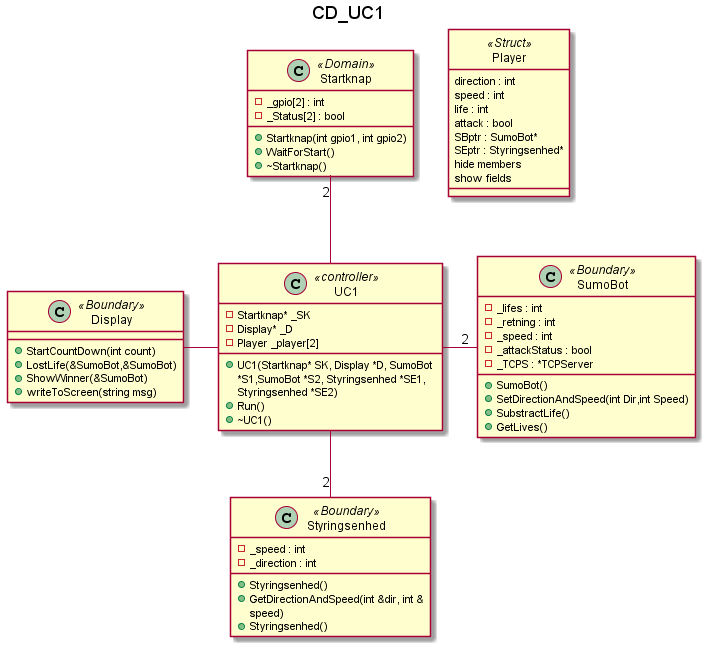
Earlier version of the PlantUML export Diagrammer/CentralComputer/ClassDiagram/ClassDiagram/CD_UC1.png (Solvgraa-mager/E3PRJ3).
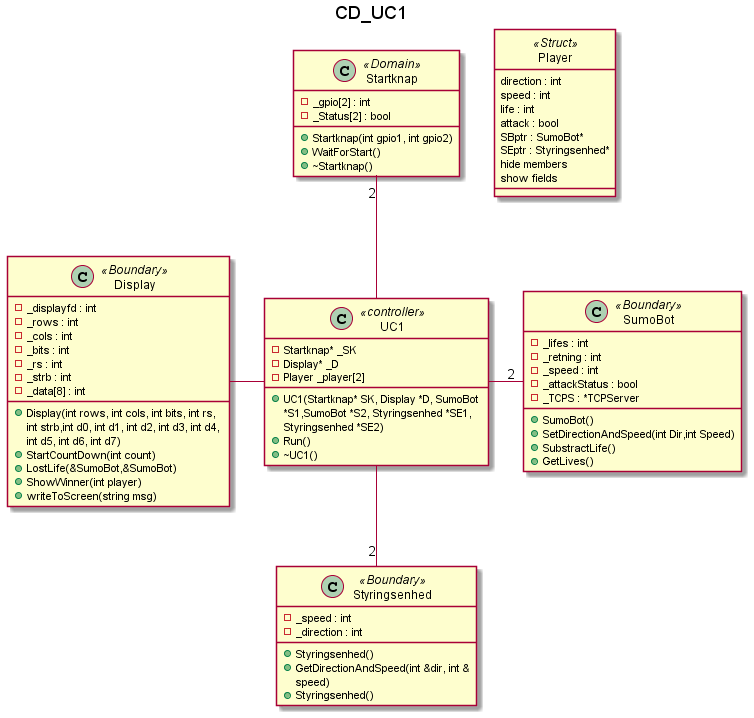
After the change.

Commit message:
Display klasse kode done //Simon

Change to the diagram source:
```diff
@@ -22,10 +22,18 @@
 }
 
 class Display<<Boundary>>{
+    +Display(int rows, int cols, int bits, int rs, int strb,int d0, int d1, int d2, int d3, int d4, int d5, int d6, int d7)
     +StartCountDown(int count)
     +LostLife(&SumoBot,&SumoBot)
-    +ShowWinner(&SumoBot)
+    +ShowWinner(int player)
     +writeToScreen(string msg)
+    - _displayfd : int
+	- _rows : int
+	- _cols : int
+	- _bits : int
+	- _rs : int
+	- _strb : int
+	- _data[8] : int
 }
 
 class SumoBot <<Boundary>>{
```
